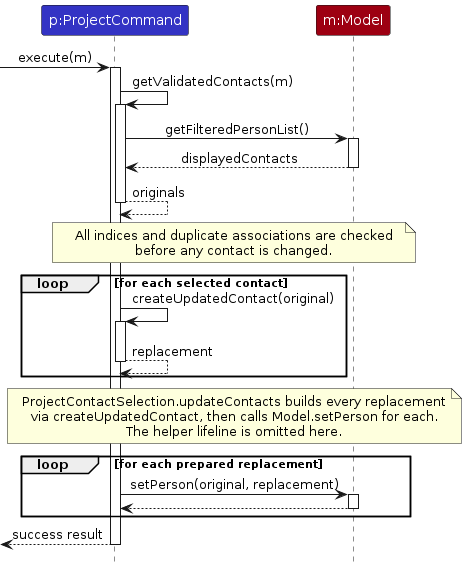
The PlantUML diagram diagrams/ProjectCommandSequenceDiagram.png in AY2627S1-CS2103T-W14-2/tp, before a commit. Its source is kept beside it as diagrams/ProjectCommandSequenceDiagram.puml.
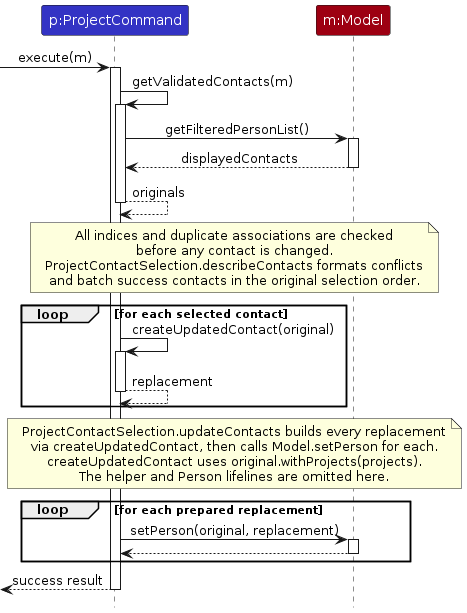
Above is the later version.

Change to the diagram source:
```diff
@@ -20,6 +20,8 @@
 note over ProjectCommand, Model
     All indices and duplicate associations are checked
     before any contact is changed.
+    ProjectContactSelection.describeContacts formats conflicts
+    and batch success contacts in the original selection order.
 end note
 
 loop for each selected contact
@@ -32,7 +34,8 @@
 note over ProjectCommand, Model
     ProjectContactSelection.updateContacts builds every replacement
     via createUpdatedContact, then calls Model.setPerson for each.
-    The helper lifeline is omitted here.
+    createUpdatedContact uses original.withProjects(projects).
+    The helper and Person lifelines are omitted here.
 end note
 
 loop for each prepared replacement
```
